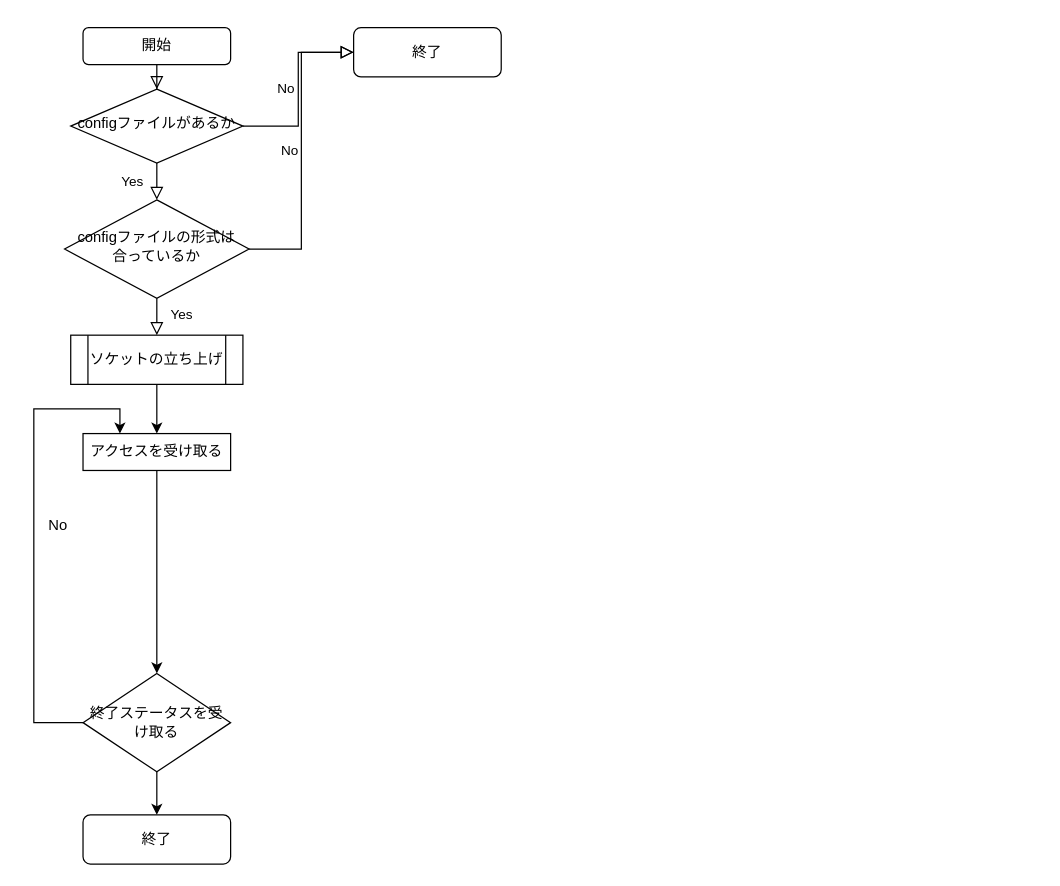
The draw.io diagram 名称未設定ファイル.drawio in molhot/weSERRRRRRRRVVVElovyu, before the edit. Source tidied: cells renumbered, new cells numbered last; positions are measured from the earlier drawing's top-left corner, leaving out a move shared by most shapes. Both pictures are drawn from the tidied source at 123%, with x=0, y=0 at pixel (21, 27).
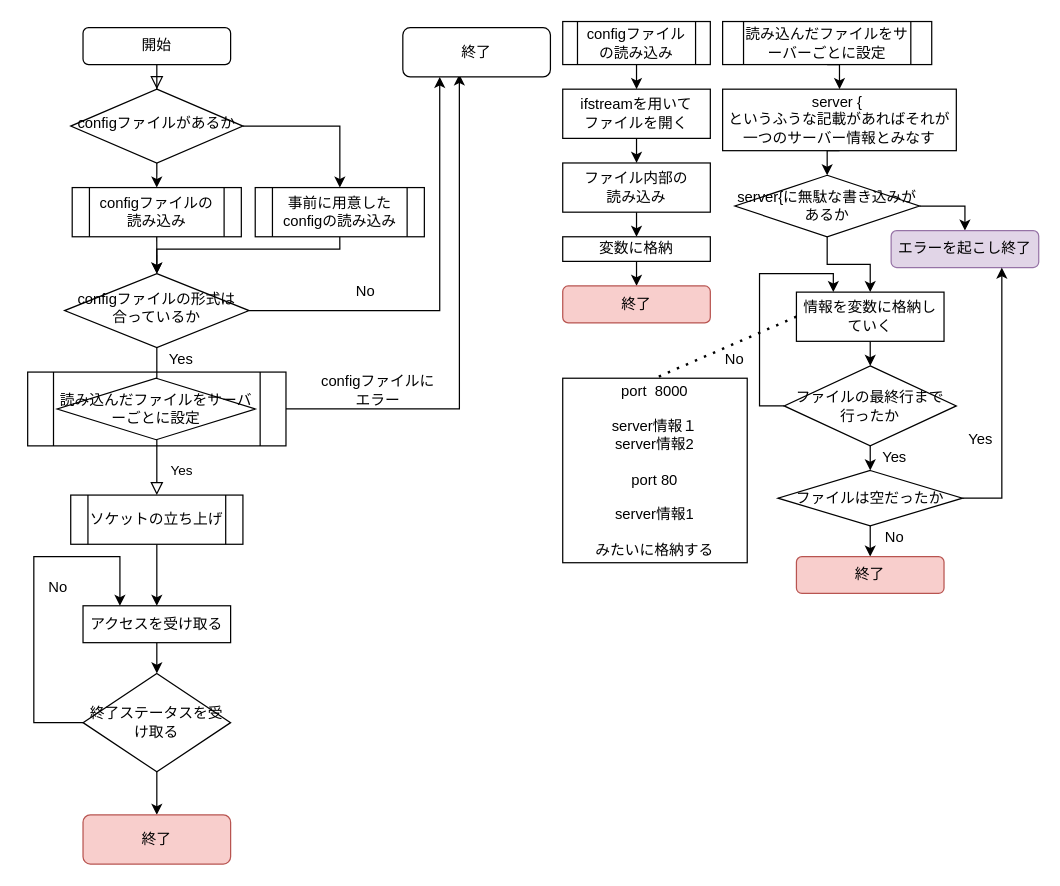
The same diagram, later.

Commit message:
名称未設定ファイル.drawio を更新します

The change refers to these unchanged cells:
```xml
<mxCell id="6" value="configファイルがあるか" style="rhombus;whiteSpace=wrap;html=1;shadow=0;fontFamily=Helvetica;fontSize=12;align=center;strokeWidth=1;spacing=6;spacingTop=-4;" parent="1" vertex="1">
  <mxGeometry x="40" y="50" width="140" height="60" as="geometry" />
</mxCell>
<mxCell id="18" value="終了ステータスを受け取る" style="rhombus;whiteSpace=wrap;html=1;" parent="1" vertex="1">
  <mxGeometry x="50" y="525" width="120" height="80" as="geometry" />
</mxCell>
```

Diff of the diagram source:
```diff
@@
+    <mxCell id="20" style="edgeStyle=orthogonalEdgeStyle;rounded=0;jettySize=auto;html=1;exitX=1;exitY=0.5;exitDx=0;exitDy=0;entryX=0.383;entryY=0.95;entryDx=0;entryDy=0;entryPerimeter=0;" parent="1" edge="1" source="21" target="7">
+      <mxGeometry relative="1" as="geometry" />
+    </mxCell>
+    <mxCell id="21" style="shape=process;whiteSpace=wrap;html=1;backgroundOutline=1;" parent="1" vertex="1">
+      <mxGeometry x="5" y="280" width="210" height="60" as="geometry" />
+    </mxCell>
@@
-    <mxCell id="4" value="Yes" style="rounded=0;html=1;jettySize=auto;fontSize=11;endArrow=block;endFill=0;endSize=8;strokeWidth=1;shadow=0;labelBackgroundColor=none;edgeStyle=orthogonalEdgeStyle;" parent="1" edge="1" source="6" target="10">
-      <mxGeometry y="20" relative="1" as="geometry" />
-    </mxCell>
-    <mxCell id="5" value="No" style="edgeStyle=orthogonalEdgeStyle;rounded=0;html=1;jettySize=auto;fontSize=11;endArrow=block;endFill=0;endSize=8;strokeWidth=1;shadow=0;labelBackgroundColor=none;entryX=0;entryY=0.5;entryDx=0;entryDy=0;" parent="1" edge="1" source="6" target="7">
-      <mxGeometry y="10" relative="1" as="geometry" />
-    </mxCell>
+    <mxCell id="22" style="edgeStyle=orthogonalEdgeStyle;rounded=0;jettySize=auto;html=1;exitX=0.5;exitY=1;exitDx=0;exitDy=0;entryX=0.5;entryY=0;entryDx=0;entryDy=0;" parent="1" edge="1" source="6" target="25">
+      <mxGeometry relative="1" as="geometry" />
+    </mxCell>
+    <mxCell id="23" style="edgeStyle=orthogonalEdgeStyle;rounded=0;jettySize=auto;html=1;exitX=1;exitY=0.5;exitDx=0;exitDy=0;" parent="1" edge="1" source="6" target="29">
+      <mxGeometry relative="1" as="geometry" />
+    </mxCell>
@@
     <mxCell id="7" value="終了" style="rounded=1;whiteSpace=wrap;html=1;fontSize=12;glass=0;strokeWidth=1;shadow=0;" parent="1" vertex="1">
-      <mxGeometry x="270" width="120" height="40" as="geometry" />
+      <mxGeometry x="310" width="120" height="40" as="geometry" />
     </mxCell>
     <mxCell id="8" value="Yes" style="rounded=0;html=1;jettySize=auto;fontSize=11;endArrow=block;endFill=0;endSize=8;strokeWidth=1;shadow=0;labelBackgroundColor=none;edgeStyle=orthogonalEdgeStyle;entryX=0.5;entryY=0;entryDx=0;entryDy=0;" parent="1" edge="1" source="10" target="12">
-      <mxGeometry x="0.33" y="20" relative="1" as="geometry" />
+      <mxGeometry x="0.67" y="20" relative="1" as="geometry" />
     </mxCell>
-    <mxCell id="9" value="No" style="edgeStyle=orthogonalEdgeStyle;rounded=0;html=1;jettySize=auto;fontSize=11;endArrow=block;endFill=0;endSize=8;strokeWidth=1;shadow=0;labelBackgroundColor=none;entryX=0;entryY=0.5;entryDx=0;entryDy=0;" parent="1" edge="1" source="10" target="7">
-      <mxGeometry y="10" relative="1" as="geometry" />
+    <mxCell id="9" style="edgeStyle=orthogonalEdgeStyle;rounded=0;jettySize=auto;html=1;exitX=1;exitY=0.5;exitDx=0;exitDy=0;entryX=0.25;entryY=1;entryDx=0;entryDy=0;" parent="1" edge="1" source="10" target="7">
+      <mxGeometry relative="1" as="geometry" />
     </mxCell>
     <mxCell id="10" value="configファイルの形式は合っているか" style="rhombus;whiteSpace=wrap;html=1;shadow=0;fontFamily=Helvetica;fontSize=12;align=center;strokeWidth=1;spacing=6;spacingTop=-4;" parent="1" vertex="1">
-      <mxGeometry x="35" y="140" width="150" height="80" as="geometry" />
+      <mxGeometry x="35" y="200" width="150" height="60" as="geometry" />
     </mxCell>
@@
     <mxCell id="12" value="ソケットの立ち上げ" style="shape=process;whiteSpace=wrap;html=1;backgroundOutline=1;" parent="1" vertex="1">
-      <mxGeometry x="40" y="250" width="140" height="40" as="geometry" />
+      <mxGeometry x="40" y="380" width="140" height="40" as="geometry" />
     </mxCell>
@@
     <mxCell id="14" value="アクセスを受け取る" style="rounded=0;whiteSpace=wrap;html=1;" parent="1" vertex="1">
-      <mxGeometry x="50" y="330" width="120" height="30" as="geometry" />
+      <mxGeometry x="50" y="470" width="120" height="30" as="geometry" />
     </mxCell>
     <mxCell id="15" value="No" style="text;html=1;strokeColor=none;fillColor=none;align=center;verticalAlign=middle;whiteSpace=wrap;rounded=0;" parent="1" vertex="1">
-      <mxGeometry y="390" width="60" height="30" as="geometry" />
+      <mxGeometry y="440" width="60" height="30" as="geometry" />
     </mxCell>
     <mxCell id="16" style="edgeStyle=orthogonalEdgeStyle;rounded=0;jettySize=auto;html=1;exitX=0;exitY=0.5;exitDx=0;exitDy=0;entryX=0.25;entryY=0;entryDx=0;entryDy=0;" parent="1" edge="1" source="18" target="14">
       <mxGeometry relative="1" as="geometry">
         <Array as="points">
           <mxPoint x="10" y="565" />
-          <mxPoint x="10" y="310" />
-          <mxPoint x="80" y="310" />
+          <mxPoint x="10" y="430" />
+          <mxPoint x="80" y="430" />
         </Array>
       </mxGeometry>
     </mxCell>
@@
-    <mxCell id="19" value="終了" style="rounded=1;whiteSpace=wrap;html=1;fontSize=12;glass=0;strokeWidth=1;shadow=0;" parent="1" vertex="1">
+    <mxCell id="19" value="終了" style="rounded=1;whiteSpace=wrap;html=1;fontSize=12;glass=0;strokeWidth=1;shadow=0;fillColor=#f8cecc;strokeColor=#b85450;" parent="1" vertex="1">
       <mxGeometry x="50" y="640" width="120" height="40" as="geometry" />
     </mxCell>
+    <mxCell id="24" style="edgeStyle=orthogonalEdgeStyle;rounded=0;jettySize=auto;html=1;exitX=0.5;exitY=1;exitDx=0;exitDy=0;entryX=0.5;entryY=0;entryDx=0;entryDy=0;" parent="1" edge="1" source="25" target="10">
+      <mxGeometry relative="1" as="geometry" />
+    </mxCell>
+    <mxCell id="25" value="configファイルの&lt;br&gt;読み込み" style="shape=process;whiteSpace=wrap;html=1;backgroundOutline=1;" parent="1" vertex="1">
+      <mxGeometry x="41.2" y="130" width="137.5" height="40" as="geometry" />
+    </mxCell>
+    <mxCell id="26" style="edgeStyle=orthogonalEdgeStyle;rounded=0;jettySize=auto;html=1;exitX=0.5;exitY=1;exitDx=0;exitDy=0;entryX=0.5;entryY=0;entryDx=0;entryDy=0;" parent="1" edge="1" source="27" target="32">
+      <mxGeometry relative="1" as="geometry" />
+    </mxCell>
+    <mxCell id="27" value="configファイル&lt;br&gt;の読み込み" style="shape=process;whiteSpace=wrap;html=1;backgroundOutline=1;" parent="1" vertex="1">
+      <mxGeometry x="440" y="-5" width="120" height="35" as="geometry" />
+    </mxCell>
+    <mxCell id="28" style="edgeStyle=orthogonalEdgeStyle;rounded=0;jettySize=auto;html=1;exitX=0.5;exitY=1;exitDx=0;exitDy=0;entryX=0.5;entryY=0;entryDx=0;entryDy=0;" parent="1" edge="1" source="29" target="10">
+      <mxGeometry relative="1" as="geometry">
+        <Array as="points">
+          <mxPoint x="259" y="180" />
+          <mxPoint x="110" y="180" />
+        </Array>
+      </mxGeometry>
+    </mxCell>
+    <mxCell id="29" value="事前に用意した&lt;br&gt;configの読み込み" style="shape=process;whiteSpace=wrap;html=1;backgroundOutline=1;" parent="1" vertex="1">
+      <mxGeometry x="190" y="130" width="137.5" height="40" as="geometry" />
+    </mxCell>
+    <mxCell id="30" value="No" style="text;html=1;strokeColor=none;fillColor=none;align=center;verticalAlign=middle;whiteSpace=wrap;rounded=0;" parent="1" vertex="1">
+      <mxGeometry x="250" y="200" width="60" height="30" as="geometry" />
+    </mxCell>
+    <mxCell id="31" style="edgeStyle=orthogonalEdgeStyle;rounded=0;jettySize=auto;html=1;exitX=0.5;exitY=1;exitDx=0;exitDy=0;entryX=0.5;entryY=0;entryDx=0;entryDy=0;" parent="1" edge="1" source="32" target="34">
+      <mxGeometry relative="1" as="geometry" />
+    </mxCell>
+    <mxCell id="32" value="ifstreamを用いて&lt;br&gt;ファイルを開く" style="rounded=0;whiteSpace=wrap;html=1;" parent="1" vertex="1">
+      <mxGeometry x="440" y="50" width="120" height="40" as="geometry" />
+    </mxCell>
+    <mxCell id="33" style="edgeStyle=orthogonalEdgeStyle;rounded=0;jettySize=auto;html=1;exitX=0.5;exitY=1;exitDx=0;exitDy=0;entryX=0.5;entryY=0;entryDx=0;entryDy=0;" parent="1" edge="1" source="34" target="36">
+      <mxGeometry relative="1" as="geometry" />
+    </mxCell>
+    <mxCell id="34" value="ファイル内部の&lt;br&gt;読み込み" style="rounded=0;whiteSpace=wrap;html=1;" parent="1" vertex="1">
+      <mxGeometry x="440" y="110" width="120" height="40" as="geometry" />
+    </mxCell>
+    <mxCell id="35" style="edgeStyle=orthogonalEdgeStyle;rounded=0;jettySize=auto;html=1;exitX=0.5;exitY=1;exitDx=0;exitDy=0;entryX=0.5;entryY=0;entryDx=0;entryDy=0;" parent="1" edge="1" source="36" target="37">
+      <mxGeometry relative="1" as="geometry" />
+    </mxCell>
+    <mxCell id="36" value="変数に格納" style="rounded=0;whiteSpace=wrap;html=1;" parent="1" vertex="1">
+      <mxGeometry x="440" y="170" width="120" height="20" as="geometry" />
+    </mxCell>
+    <mxCell id="37" value="終了" style="rounded=1;whiteSpace=wrap;html=1;fillColor=#f8cecc;strokeColor=#b85450;" parent="1" vertex="1">
+      <mxGeometry x="440" y="210" width="120" height="30" as="geometry" />
+    </mxCell>
+    <mxCell id="38" value="読み込んだファイルをサーバーごとに設定" style="rhombus;whiteSpace=wrap;html=1;" parent="1" vertex="1">
+      <mxGeometry x="29" y="285" width="161" height="50" as="geometry" />
+    </mxCell>
+    <mxCell id="39" value="configファイルにエラー" style="text;html=1;strokeColor=none;fillColor=none;align=center;verticalAlign=middle;whiteSpace=wrap;rounded=0;" parent="1" vertex="1">
+      <mxGeometry x="240" y="280" width="100" height="30" as="geometry" />
+    </mxCell>
+    <mxCell id="40" value="Yes" style="text;html=1;strokeColor=none;fillColor=none;align=center;verticalAlign=middle;whiteSpace=wrap;rounded=0;" parent="1" vertex="1">
+      <mxGeometry x="100" y="255" width="60" height="30" as="geometry" />
+    </mxCell>
+    <mxCell id="41" style="edgeStyle=orthogonalEdgeStyle;rounded=0;jettySize=auto;html=1;exitX=0.5;exitY=1;exitDx=0;exitDy=0;entryX=0.5;entryY=0;entryDx=0;entryDy=0;" parent="1" edge="1" source="42" target="44">
+      <mxGeometry relative="1" as="geometry" />
+    </mxCell>
+    <mxCell id="42" value="読み込んだファイルをサーバーごとに設定" style="shape=process;whiteSpace=wrap;html=1;backgroundOutline=1;" parent="1" vertex="1">
+      <mxGeometry x="570" y="-5" width="170" height="35" as="geometry" />
+    </mxCell>
+    <mxCell id="43" style="edgeStyle=orthogonalEdgeStyle;rounded=0;jettySize=auto;html=1;exitX=0.5;exitY=1;exitDx=0;exitDy=0;entryX=0.5;entryY=0;entryDx=0;entryDy=0;" parent="1" edge="1" source="44" target="47">
+      <mxGeometry relative="1" as="geometry" />
+    </mxCell>
+    <mxCell id="44" value="server {&amp;nbsp;&lt;br&gt;というふうな記載があればそれが一つのサーバー情報とみなす" style="rounded=0;whiteSpace=wrap;html=1;" parent="1" vertex="1">
+      <mxGeometry x="570" y="50" width="190" height="50" as="geometry" />
+    </mxCell>
+    <mxCell id="45" style="edgeStyle=orthogonalEdgeStyle;rounded=0;jettySize=auto;html=1;exitX=1;exitY=0.5;exitDx=0;exitDy=0;entryX=0.5;entryY=0;entryDx=0;entryDy=0;" parent="1" edge="1" source="47" target="48">
+      <mxGeometry relative="1" as="geometry" />
+    </mxCell>
+    <mxCell id="46" style="edgeStyle=orthogonalEdgeStyle;rounded=0;jettySize=auto;html=1;exitX=0.5;exitY=1;exitDx=0;exitDy=0;entryX=0.5;entryY=0;entryDx=0;entryDy=0;" parent="1" edge="1" source="47" target="50">
+      <mxGeometry relative="1" as="geometry" />
+    </mxCell>
+    <mxCell id="47" value="server{に無駄な書き込みがあるか" style="rhombus;whiteSpace=wrap;html=1;" parent="1" vertex="1">
+      <mxGeometry x="580" y="120" width="150" height="50" as="geometry" />
+    </mxCell>
+    <mxCell id="48" value="エラーを起こし終了" style="rounded=1;whiteSpace=wrap;html=1;fillColor=#e1d5e7;strokeColor=#9673a6;" parent="1" vertex="1">
+      <mxGeometry x="707" y="165" width="120" height="30" as="geometry" />
+    </mxCell>
+    <mxCell id="49" style="edgeStyle=orthogonalEdgeStyle;rounded=0;jettySize=auto;html=1;exitX=0.5;exitY=1;exitDx=0;exitDy=0;entryX=0.5;entryY=0;entryDx=0;entryDy=0;" parent="1" edge="1" source="50" target="53">
+      <mxGeometry relative="1" as="geometry" />
+    </mxCell>
+    <mxCell id="50" value="情報を変数に格納していく" style="rounded=0;whiteSpace=wrap;html=1;" parent="1" vertex="1">
+      <mxGeometry x="630" y="215" width="120" height="40" as="geometry" />
+    </mxCell>
+    <mxCell id="51" style="edgeStyle=orthogonalEdgeStyle;rounded=0;jettySize=auto;html=1;exitX=0;exitY=0.5;exitDx=0;exitDy=0;entryX=0.25;entryY=0;entryDx=0;entryDy=0;" parent="1" edge="1" source="53" target="50">
+      <mxGeometry relative="1" as="geometry">
+        <Array as="points">
+          <mxPoint x="600" y="308" />
+          <mxPoint x="600" y="200" />
+          <mxPoint x="660" y="200" />
+        </Array>
+      </mxGeometry>
+    </mxCell>
+    <mxCell id="52" style="edgeStyle=orthogonalEdgeStyle;rounded=0;jettySize=auto;html=1;exitX=0.5;exitY=1;exitDx=0;exitDy=0;entryX=0.5;entryY=0;entryDx=0;entryDy=0;" parent="1" edge="1" source="53" target="57">
+      <mxGeometry relative="1" as="geometry" />
+    </mxCell>
+    <mxCell id="53" value="ファイルの最終行まで&lt;br&gt;行ったか" style="rhombus;whiteSpace=wrap;html=1;" parent="1" vertex="1">
+      <mxGeometry x="620" y="275" width="140" height="65" as="geometry" />
+    </mxCell>
+    <mxCell id="54" value="No" style="text;html=1;strokeColor=none;fillColor=none;align=center;verticalAlign=middle;whiteSpace=wrap;rounded=0;" parent="1" vertex="1">
+      <mxGeometry x="550" y="255" width="60" height="30" as="geometry" />
+    </mxCell>
+    <mxCell id="55" style="edgeStyle=orthogonalEdgeStyle;rounded=0;jettySize=auto;html=1;exitX=1;exitY=0.5;exitDx=0;exitDy=0;entryX=0.75;entryY=1;entryDx=0;entryDy=0;" parent="1" edge="1" source="57" target="48">
+      <mxGeometry relative="1" as="geometry" />
+    </mxCell>
+    <mxCell id="56" style="edgeStyle=orthogonalEdgeStyle;rounded=0;jettySize=auto;html=1;exitX=0.5;exitY=1;exitDx=0;exitDy=0;entryX=0.5;entryY=0;entryDx=0;entryDy=0;" parent="1" edge="1" source="57" target="60">
+      <mxGeometry relative="1" as="geometry" />
+    </mxCell>
+    <mxCell id="57" value="ファイルは空だったか" style="rhombus;whiteSpace=wrap;html=1;" parent="1" vertex="1">
+      <mxGeometry x="615" y="360" width="150" height="45" as="geometry" />
+    </mxCell>
+    <mxCell id="58" value="Yes" style="text;html=1;strokeColor=none;fillColor=none;align=center;verticalAlign=middle;whiteSpace=wrap;rounded=0;" parent="1" vertex="1">
+      <mxGeometry x="680" y="335" width="60" height="30" as="geometry" />
+    </mxCell>
+    <mxCell id="59" value="Yes" style="text;html=1;strokeColor=none;fillColor=none;align=center;verticalAlign=middle;whiteSpace=wrap;rounded=0;" parent="1" vertex="1">
+      <mxGeometry x="750" y="320" width="60" height="30" as="geometry" />
+    </mxCell>
+    <mxCell id="60" value="終了" style="rounded=1;whiteSpace=wrap;html=1;fillColor=#f8cecc;strokeColor=#b85450;" parent="1" vertex="1">
+      <mxGeometry x="630" y="430" width="120" height="30" as="geometry" />
+    </mxCell>
+    <mxCell id="61" value="No" style="text;html=1;strokeColor=none;fillColor=none;align=center;verticalAlign=middle;whiteSpace=wrap;rounded=0;" parent="1" vertex="1">
+      <mxGeometry x="680" y="400" width="60" height="30" as="geometry" />
+    </mxCell>
+    <mxCell id="62" value="port &amp;nbsp;8000&lt;br&gt;&lt;br&gt;server情報１&lt;br&gt;server情報2&lt;br&gt;&lt;br&gt;port 80&lt;br&gt;&lt;br&gt;server情報1&lt;br&gt;&lt;br&gt;みたいに格納する" style="whiteSpace=wrap;html=1;" parent="1" vertex="1">
+      <mxGeometry x="440" y="285" width="150" height="150" as="geometry" />
+    </mxCell>
+    <mxCell id="63" style="endArrow=none;dashed=1;html=1;dashPattern=1 3;strokeWidth=2;rounded=0;entryX=0.5;entryY=0;entryDx=0;entryDy=0;exitX=0;exitY=0.5;exitDx=0;exitDy=0;" parent="1" edge="1" source="50" target="62">
+      <mxGeometry relative="1" as="geometry" />
+    </mxCell>
```
